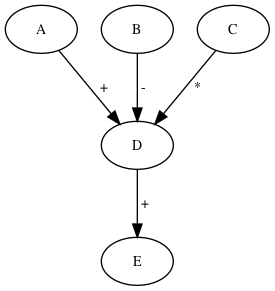
Earlier version of the Graphviz export linear_example/linear_example_with_edge_labels.png (jdzool/dag-calculation-framework). Its source is kept beside it as linear_example/linear_example_with_edge_labels.dot.
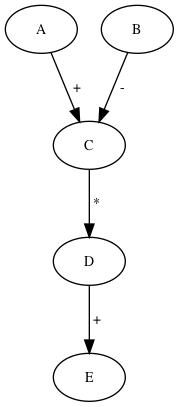
The same diagram one commit later.

What changed in the source:
```diff
@@ -1,40 +1,40 @@
 strict digraph "" {
-	graph [bb="0,0,198,210"];
+	graph [bb="0,0,126,297"];
 	node [label="\N"];
 	A	 [height=0.5,
-		pos="27,192",
-		value=1,
+		pos="27,279",
+		value=10,
 		width=0.75];
+	C	 [height=0.5,
+		pos="63,192",
+		value=0,
+		width=0.75];
+	A -> C	 [label=" +",
+		lp="52.5,235.5",
+		math="+",
+		pos="e,55.726,209.58 34.285,261.39 39.311,249.25 46.089,232.87 51.798,219.07"];
 	D	 [height=0.5,
-		pos="99,105",
-		value=1,
+		pos="63,105",
+		value=2,
 		width=0.75];
-	A -> D	 [label=" +",
-		lp="72.5,148.5",
-		math="+",
-		pos="e,85.878,120.86 40.206,176.04 51.167,162.8 66.918,143.77 79.358,128.73"];
+	C -> D	 [label=" *",
+		lp="67,148.5",
+		math="*",
+		pos="e,63,123 63,173.97 63,162.19 63,146.56 63,133.16"];
 	E	 [height=0.5,
-		pos="99,18",
-		value=1,
+		pos="63,18",
+		value=0,
 		width=0.75];
 	D -> E	 [label=" +",
-		lp="103.5,61.5",
+		lp="67.5,61.5",
 		math="+",
-		pos="e,99,36.003 99,86.974 99,75.192 99,59.561 99,46.158"];
+		pos="e,63,36.003 63,86.974 63,75.192 63,59.561 63,46.158"];
 	B	 [height=0.5,
-		pos="99,192",
-		value=1,
+		pos="99,279",
+		value=9,
 		width=0.75];
-	B -> D	 [label=" -",
-		lp="102.5,148.5",
+	B -> C	 [label=" -",
+		lp="86.5,235.5",
 		math="-",
-		pos="e,99,123 99,173.97 99,162.19 99,146.56 99,133.16"];
-	C	 [height=0.5,
-		pos="171,192",
-		value=1,
-		width=0.75];
-	C -> D	 [label=" *",
-		lp="143,148.5",
-		math="*",
-		pos="e,112.12,120.86 157.79,176.04 146.83,162.8 131.08,143.77 118.64,128.73"];
+		pos="e,70.274,209.58 91.715,261.39 86.689,249.25 79.911,232.87 74.202,219.07"];
 }
```
